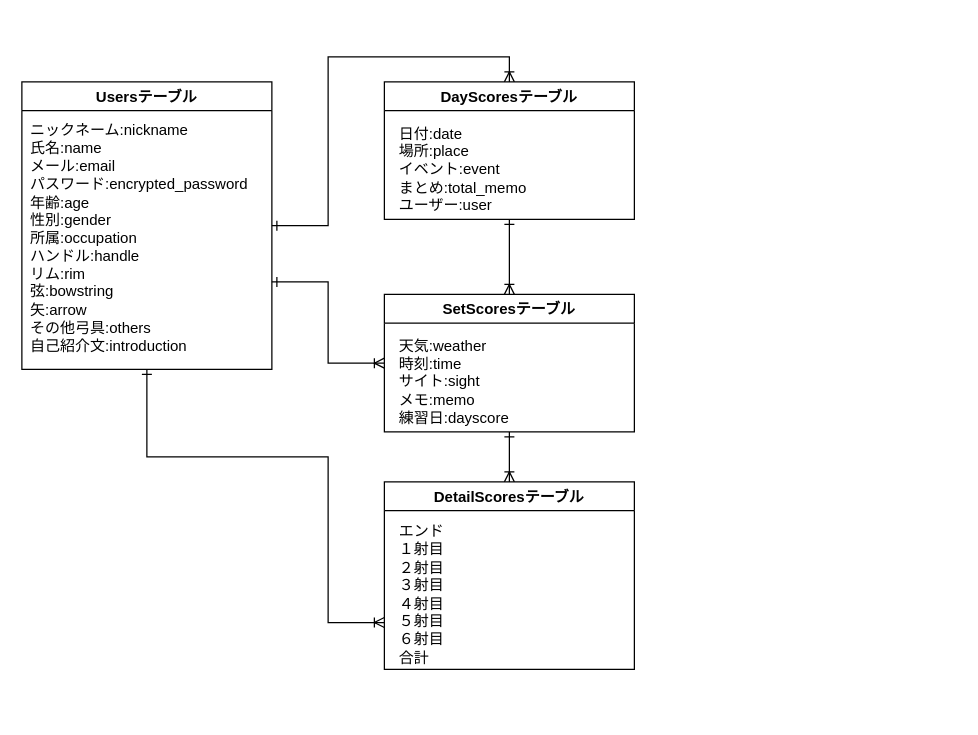
Earlier version of the draw.io diagram ER.dio (FjiiNamiki/score-sheet). Source tidied: cells renumbered, new cells numbered last; positions are measured from the earlier drawing's top-left corner, leaving out a move shared by most shapes. Both pictures are drawn from the tidied source at 125%, with x=0, y=0 at pixel (21, 81).
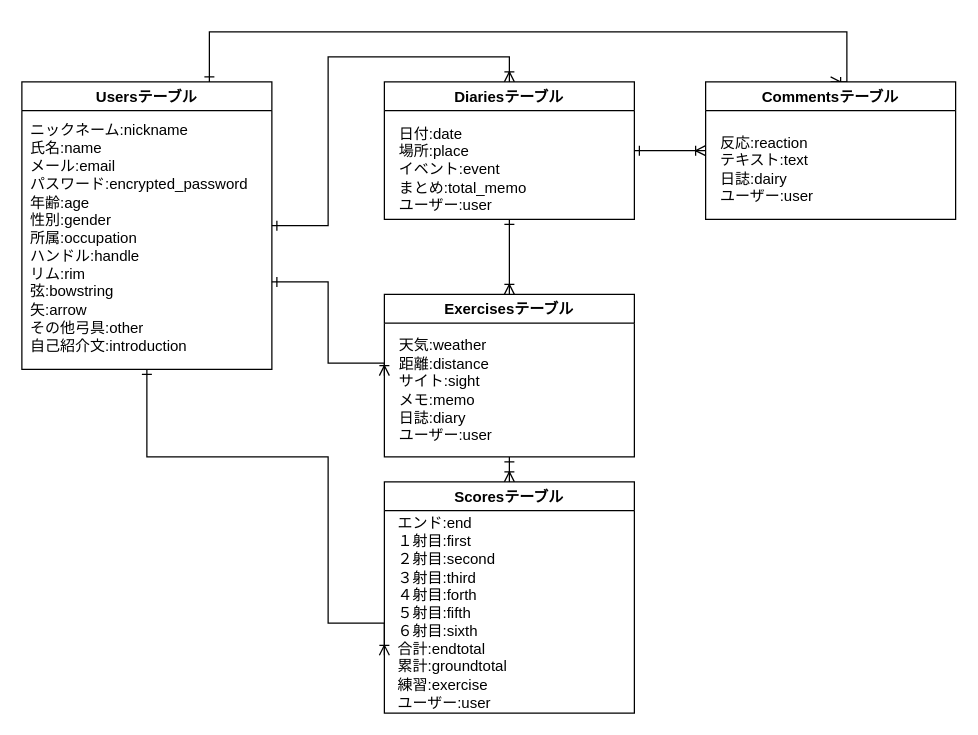
The same page after the edit.

The change refers to these unchanged cells:
```xml
<mxCell id="5" value="Usersテーブル" style="swimlane;" parent="1" vertex="1">
  <mxGeometry width="200" height="230" as="geometry" />
</mxCell>
```

Change to the diagram source:
```diff
@@
+    <mxCell id="15" style="edgeStyle=orthogonalEdgeStyle;rounded=0;jettySize=auto;html=1;exitX=0.75;exitY=0;exitDx=0;exitDy=0;entryX=0.5;entryY=0;entryDx=0;entryDy=0;endArrow=ERoneToMany;endFill=0;startArrow=ERone;startFill=0;" parent="1" edge="1" source="5" target="17">
+      <mxGeometry relative="1" as="geometry">
+        <Array as="points">
+          <mxPoint x="150" y="-40" />
+          <mxPoint x="660" y="-40" />
+        </Array>
+      </mxGeometry>
+    </mxCell>
@@
-    <mxCell id="6" value="ニックネーム:nickname&lt;br&gt;氏名:name&lt;br&gt;メール:email&lt;br&gt;パスワード:encrypted_password&lt;br&gt;年齢:age&lt;br&gt;性別:gender&lt;br&gt;所属:occupation&lt;br&gt;ハンドル:handle&lt;br&gt;リム:rim&lt;br&gt;弦:bowstring&lt;br&gt;矢:arrow&lt;br&gt;その他弓具:others&lt;br&gt;自己紹介文:introduction" style="text;html=1;align=left;verticalAlign=middle;strokeColor=none;" parent="5" vertex="1">
+    <mxCell id="6" value="ニックネーム:nickname&lt;br&gt;氏名:name&lt;br&gt;メール:email&lt;br&gt;パスワード:encrypted_password&lt;br&gt;年齢:age&lt;br&gt;性別:gender&lt;br&gt;所属:occupation&lt;br&gt;ハンドル:handle&lt;br&gt;リム:rim&lt;br&gt;弦:bowstring&lt;br&gt;矢:arrow&lt;br&gt;その他弓具:other&lt;br&gt;自己紹介文:introduction" style="text;html=1;align=left;verticalAlign=middle;strokeColor=none;" parent="5" vertex="1">
       <mxGeometry x="5" y="30" width="190" height="190" as="geometry" />
     </mxCell>
@@
+    <mxCell id="16" style="edgeStyle=orthogonalEdgeStyle;rounded=0;jettySize=auto;html=1;exitX=1;exitY=0.5;exitDx=0;exitDy=0;entryX=0;entryY=0.5;entryDx=0;entryDy=0;startArrow=ERone;startFill=0;endArrow=ERoneToMany;endFill=0;" parent="1" edge="1" source="8" target="17">
+      <mxGeometry relative="1" as="geometry" />
+    </mxCell>
-    <mxCell id="8" value="DayScoresテーブル" style="swimlane;" parent="1" vertex="1">
+    <mxCell id="8" value="Diariesテーブル" style="swimlane;" parent="1" vertex="1">
       <mxGeometry x="290" width="200" height="110" as="geometry" />
     </mxCell>
@@
-    <mxCell id="11" value="SetScoresテーブル" style="swimlane;" parent="1" vertex="1">
-      <mxGeometry x="290" y="170" width="200" height="110" as="geometry" />
+    <mxCell id="11" value="Exercisesテーブル" style="swimlane;" parent="1" vertex="1">
+      <mxGeometry x="290" y="170" width="200" height="130" as="geometry" />
     </mxCell>
-    <mxCell id="12" value="天気:weather&lt;br&gt;時刻:time&lt;br&gt;サイト:sight&lt;br&gt;メモ:memo&lt;br&gt;練習日:dayscore" style="text;html=1;align=left;verticalAlign=middle;strokeColor=none;" parent="11" vertex="1">
-      <mxGeometry x="10" y="30" width="100" height="80" as="geometry" />
+    <mxCell id="12" value="天気:weather&lt;br&gt;距離:distance&lt;br&gt;サイト:sight&lt;br&gt;メモ:memo&lt;br&gt;日誌:diary&lt;br&gt;ユーザー:user" style="text;html=1;align=left;verticalAlign=middle;strokeColor=none;" parent="11" vertex="1">
+      <mxGeometry x="10" y="32" width="90" height="90" as="geometry" />
     </mxCell>
-    <mxCell id="13" value="DetailScoresテーブル" style="swimlane;startSize=23;" parent="1" vertex="1">
-      <mxGeometry x="290" y="320" width="200" height="150" as="geometry" />
+    <mxCell id="13" value="Scoresテーブル" style="swimlane;startSize=23;" parent="1" vertex="1">
+      <mxGeometry x="290" y="320" width="200" height="185" as="geometry" />
     </mxCell>
-    <mxCell id="14" value="エンド&lt;br&gt;１射目&lt;br&gt;２射目&lt;br&gt;３射目&lt;br&gt;４射目&lt;br&gt;５射目&lt;br&gt;６射目&lt;br&gt;合計" style="text;html=1;align=left;verticalAlign=middle;strokeColor=none;" parent="13" vertex="1">
-      <mxGeometry x="10" y="30" width="50" height="120" as="geometry" />
+    <mxCell id="14" value="エンド:end&lt;br&gt;１射目:first&lt;br&gt;２射目:second&lt;br&gt;３射目:third&lt;br&gt;４射目:forth&lt;br&gt;５射目:fifth&lt;br&gt;６射目:sixth&lt;br&gt;合計:endtotal&lt;br&gt;累計:groundtotal&lt;br&gt;練習:exercise&lt;br&gt;ユーザー:user" style="text;html=1;align=left;verticalAlign=middle;strokeColor=none;" parent="13" vertex="1">
+      <mxGeometry x="9" y="25" width="100" height="160" as="geometry" />
     </mxCell>
+    <mxCell id="17" value="Commentsテーブル" style="swimlane;" parent="1" vertex="1">
+      <mxGeometry x="547" width="200" height="110" as="geometry" />
+    </mxCell>
+    <mxCell id="18" value="反応:reaction&lt;br&gt;テキスト:text&lt;br&gt;日誌:dairy&lt;br&gt;ユーザー:user" style="text;html=1;align=left;verticalAlign=middle;strokeColor=none;" parent="17" vertex="1">
+      <mxGeometry x="10" y="40" width="90" height="60" as="geometry" />
+    </mxCell>
```
